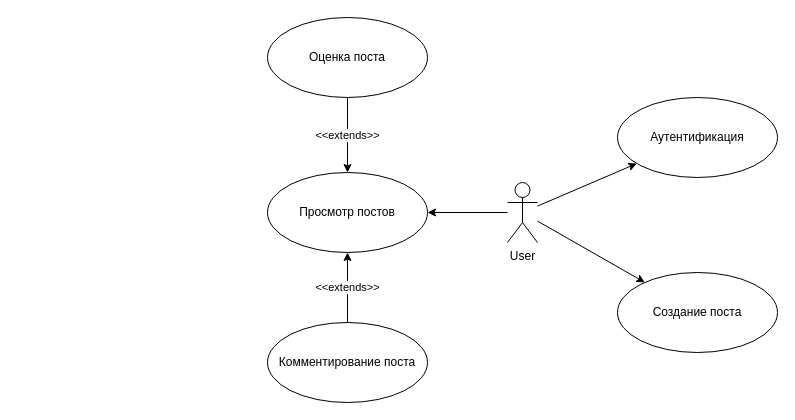
Above: diagrams/usecase.drawio in Yorlend/bmstu-web (draw.io), before the change. Source tidied: cells renumbered, new cells numbered last; positions are measured from the earlier drawing's top-left corner, leaving out a move shared by most shapes. Both pictures are drawn from the tidied source at 100%, with x=0, y=0 at pixel (267, 17).
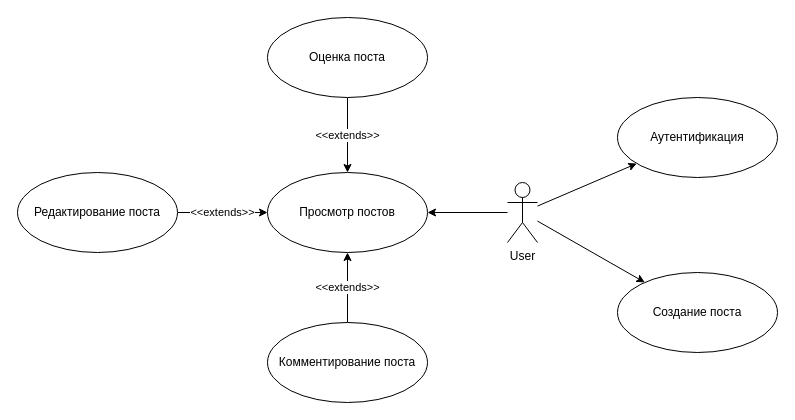
Above is the later version.

The edit, as a diff of the source:
```diff
@@
 <mxGraphModel>
   <root>
     <mxCell id="0" />
     <mxCell id="1" parent="0" />
     <mxCell id="2" style="edgeStyle=none;shape=connector;rounded=0;jettySize=auto;html=1;labelBackgroundColor=default;strokeColor=default;fontFamily=Helvetica;fontSize=11;fontColor=default;endArrow=classic;" parent="1" edge="1" source="5" target="7">
       <mxGeometry relative="1" as="geometry" />
     </mxCell>
     <mxCell id="3" style="edgeStyle=none;shape=connector;rounded=0;jettySize=auto;html=1;labelBackgroundColor=default;strokeColor=default;fontFamily=Helvetica;fontSize=11;fontColor=default;endArrow=classic;" parent="1" edge="1" source="5" target="8">
       <mxGeometry relative="1" as="geometry" />
     </mxCell>
     <mxCell id="4" style="edgeStyle=none;shape=connector;rounded=0;jettySize=auto;html=1;labelBackgroundColor=default;strokeColor=default;fontFamily=Helvetica;fontSize=11;fontColor=default;endArrow=classic;" parent="1" edge="1" source="5" target="6">
       <mxGeometry relative="1" as="geometry" />
     </mxCell>
     <mxCell id="5" value="User" style="shape=umlActor;verticalLabelPosition=bottom;verticalAlign=top;html=1;outlineConnect=0;" parent="1" vertex="1">
       <mxGeometry x="240" y="165" width="30" height="60" as="geometry" />
     </mxCell>
     <mxCell id="6" value="Просмотр постов" style="ellipse;whiteSpace=wrap;html=1;" parent="1" vertex="1">
       <mxGeometry y="155" width="160" height="80" as="geometry" />
     </mxCell>
     <mxCell id="7" value="Аутентификация" style="ellipse;whiteSpace=wrap;html=1;" parent="1" vertex="1">
       <mxGeometry x="350" y="80" width="160" height="80" as="geometry" />
     </mxCell>
     <mxCell id="8" value="Создание поста" style="ellipse;whiteSpace=wrap;html=1;" parent="1" vertex="1">
       <mxGeometry x="350" y="255" width="160" height="80" as="geometry" />
     </mxCell>
     <mxCell id="9" value="&amp;lt;&amp;lt;extends&amp;gt;&amp;gt;" style="edgeStyle=none;shape=connector;rounded=0;jettySize=auto;html=1;labelBackgroundColor=default;strokeColor=default;fontFamily=Helvetica;fontSize=11;fontColor=default;endArrow=classic;" parent="1" edge="1" source="10" target="6">
       <mxGeometry relative="1" as="geometry" />
     </mxCell>
     <mxCell id="10" value="Комментирование поста" style="ellipse;whiteSpace=wrap;html=1;" parent="1" vertex="1">
       <mxGeometry y="305" width="160" height="80" as="geometry" />
     </mxCell>
     <mxCell id="11" value="&amp;lt;&amp;lt;extends&amp;gt;&amp;gt;" style="edgeStyle=none;shape=connector;rounded=0;jettySize=auto;html=1;labelBackgroundColor=default;strokeColor=default;fontFamily=Helvetica;fontSize=11;fontColor=default;endArrow=classic;" parent="1" edge="1" source="12" target="6">
       <mxGeometry relative="1" as="geometry" />
     </mxCell>
     <mxCell id="12" value="Оценка поста" style="ellipse;whiteSpace=wrap;html=1;" parent="1" vertex="1">
       <mxGeometry width="160" height="80" as="geometry" />
     </mxCell>
+    <mxCell id="13" value="&amp;lt;&amp;lt;extends&amp;gt;&amp;gt;" style="edgeStyle=orthogonalEdgeStyle;rounded=0;jettySize=auto;html=1;" parent="1" edge="1" source="14" target="6">
+      <mxGeometry relative="1" as="geometry" />
+    </mxCell>
+    <mxCell id="14" value="Редактирование поста" style="ellipse;whiteSpace=wrap;html=1;" parent="1" vertex="1">
+      <mxGeometry x="-250" y="155" width="160" height="80" as="geometry" />
+    </mxCell>
   </root>
 </mxGraphModel>
```
